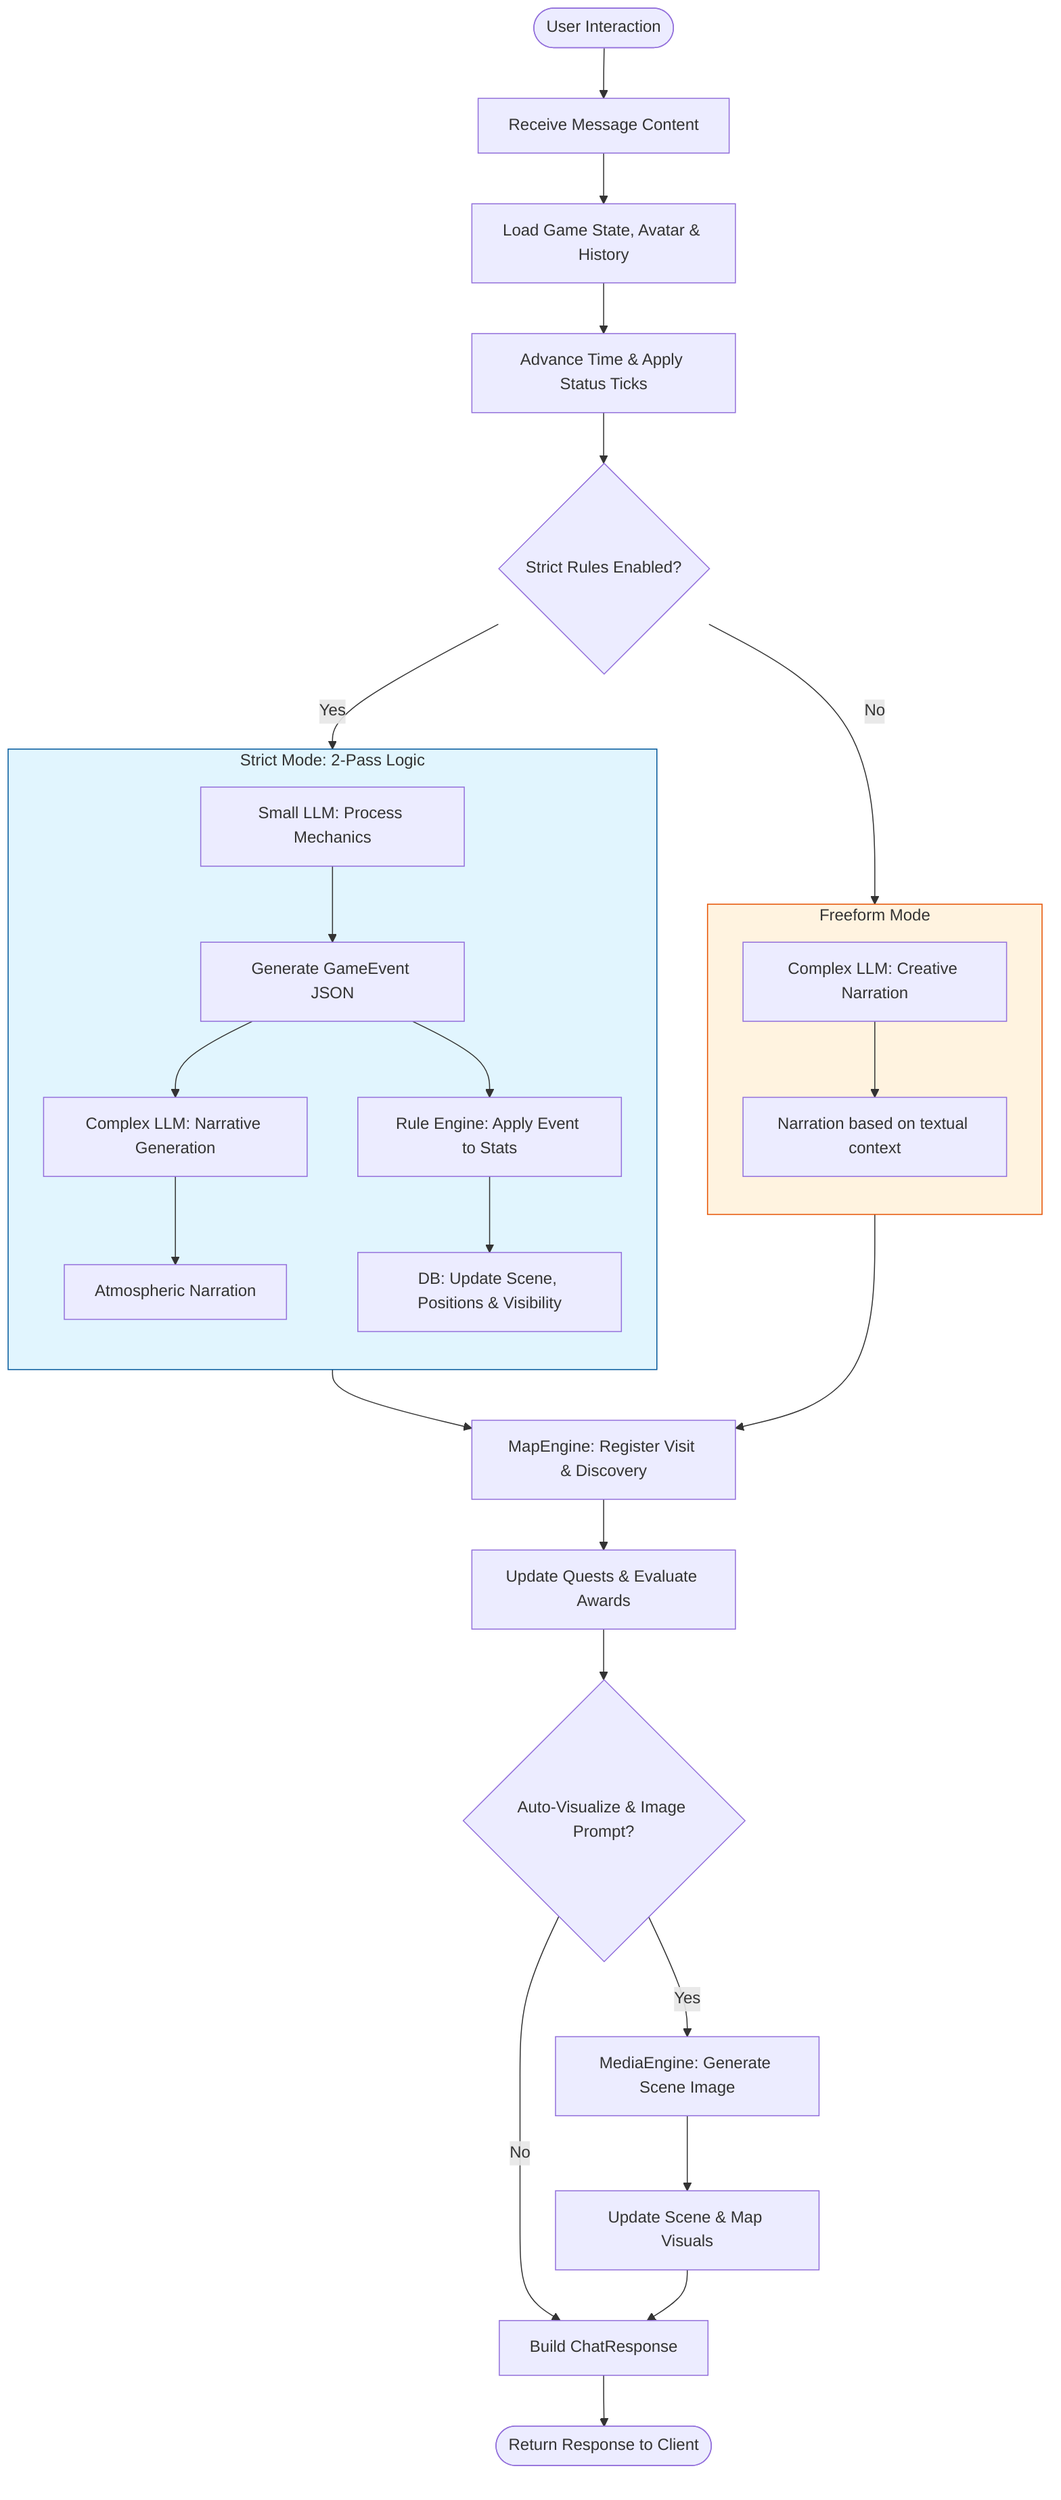
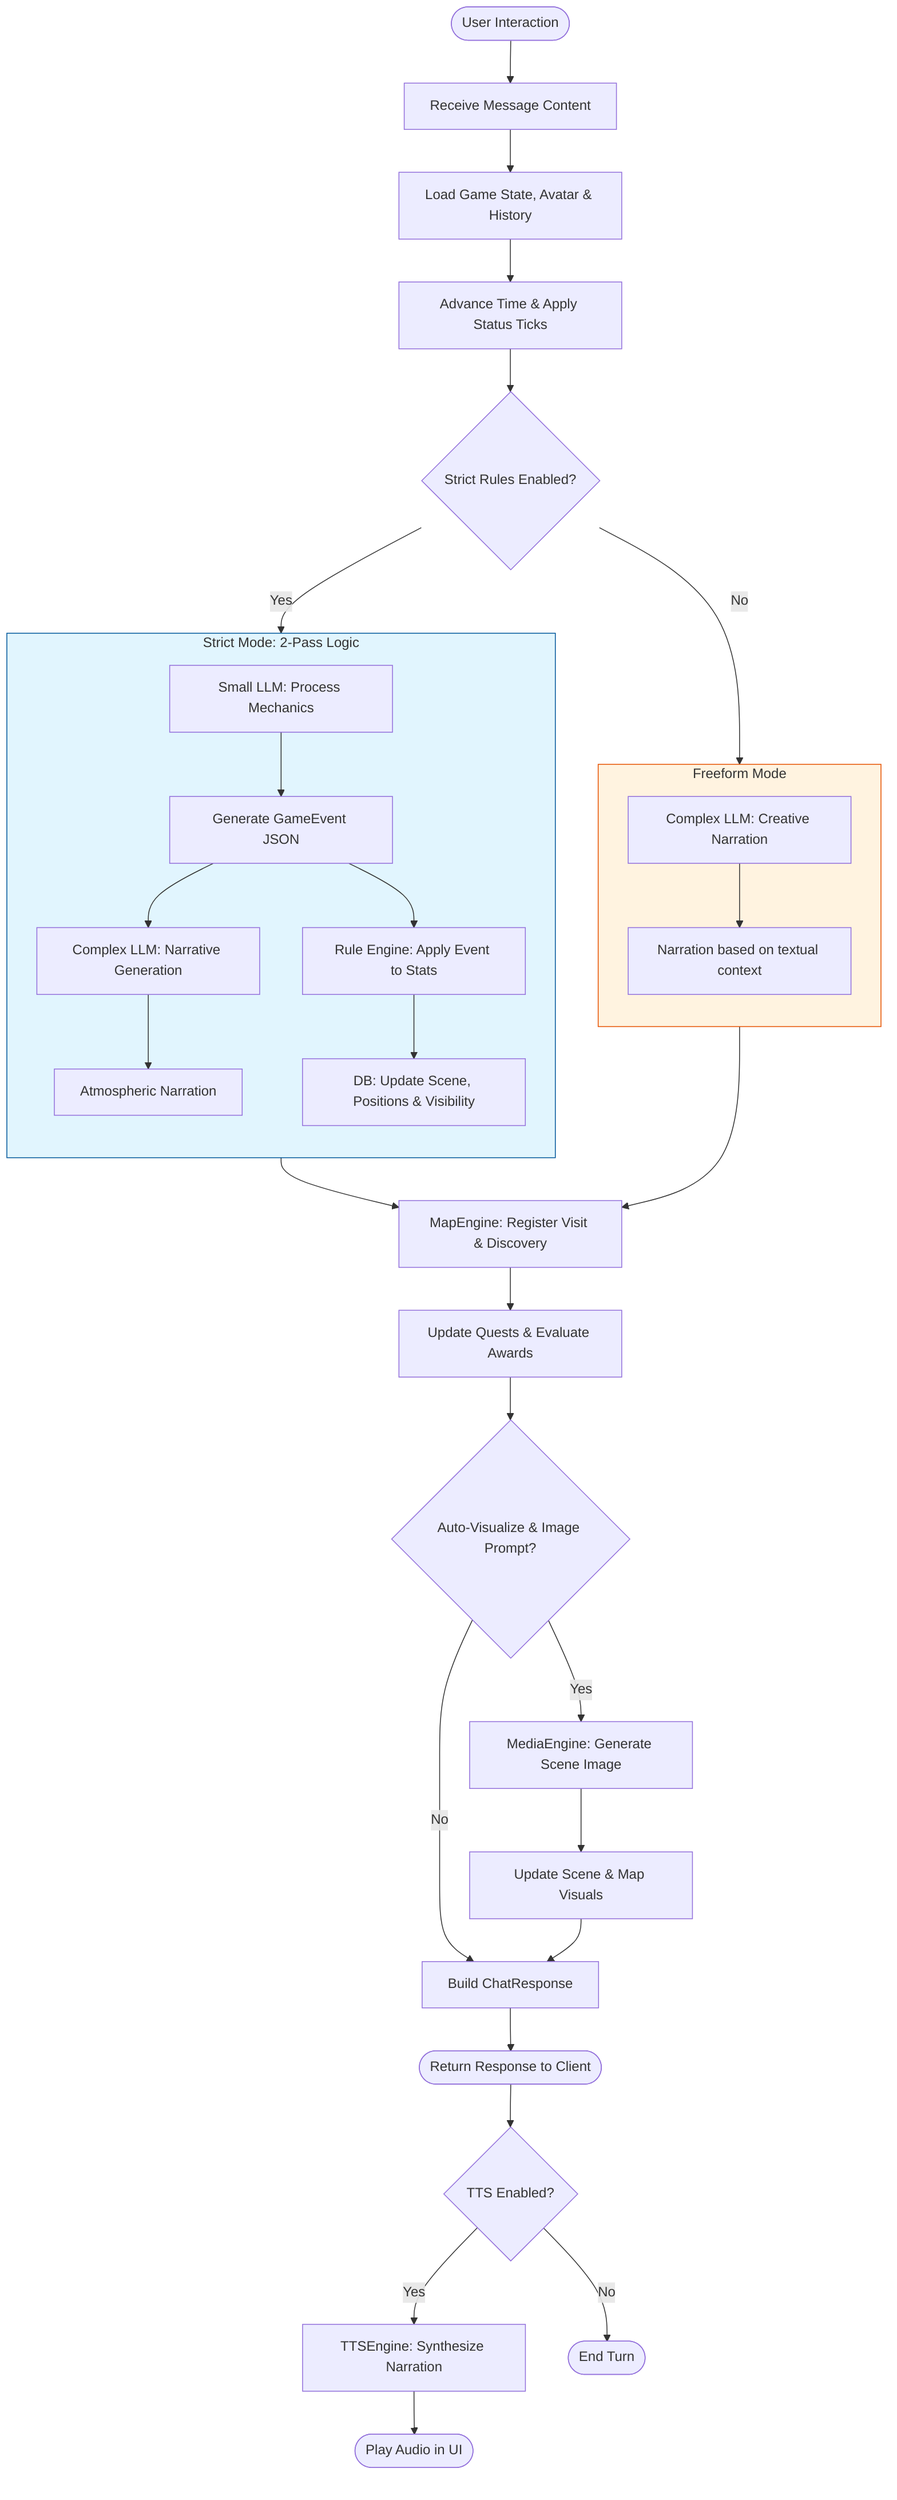
flowchart TD
    Start([User Interaction]) --> ReceiveMsg[Receive Message Content]
    ReceiveMsg --> LoadContext[Load Game State, Avatar & History]
    LoadContext --> TickSystem[Advance Time & Apply Status Ticks]

    TickSystem --> ModeCheck{Strict Rules Enabled?}

    subgraph StrictMode [Strict Mode: 2-Pass Logic]
        direction TB
        SmallLLM[Small LLM: Process Mechanics] --> Event[Generate GameEvent JSON]
        Event --> ComplexLLM[Complex LLM: Narrative Generation]
        ComplexLLM --> Prose[Atmospheric Narration]
        Event --> ApplyRules[Rule Engine: Apply Event to Stats]
        ApplyRules --> UpdateWorld[DB: Update Scene, Positions & Visibility]
    end

    subgraph FreeformMode [Freeform Mode]
        direction TB
        NarrativeLLM[Complex LLM: Creative Narration] --> FreeProse[Narration based on textual context]
    end

    ModeCheck -- Yes --> StrictMode
    ModeCheck -- No --> FreeformMode

    StrictMode --> MapUpdate[MapEngine: Register Visit & Discovery]
    FreeformMode --> MapUpdate

    MapUpdate --> QuestUpdate[Update Quests & Evaluate Awards]
    QuestUpdate --> VisualCheck{Auto-Visualize & Image Prompt?}
    VisualCheck -- Yes --> GenImage[MediaEngine: Generate Scene Image]
    GenImage --> SaveImage[Update Scene & Map Visuals]
    VisualCheck -- No --> Finalize
    SaveImage --> Finalize

    Finalize[Build ChatResponse] --> End([Return Response to Client])
+     End --> TTSCheck{TTS Enabled?}
+     TTSCheck -- Yes --> GenAudio[TTSEngine: Synthesize Narration]
+     GenAudio --> PlayAudio([Play Audio in UI])
+     TTSCheck -- No --> Stop([End Turn])

    style StrictMode fill:#e1f5fe,stroke:#01579b
    style FreeformMode fill:#fff3e0,stroke:#e65100
